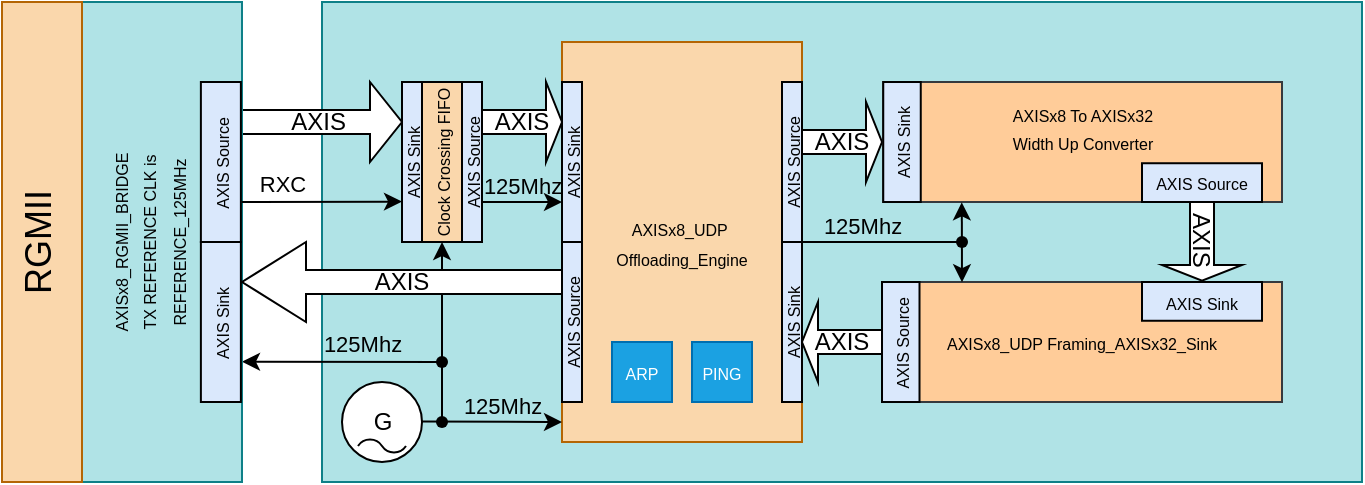
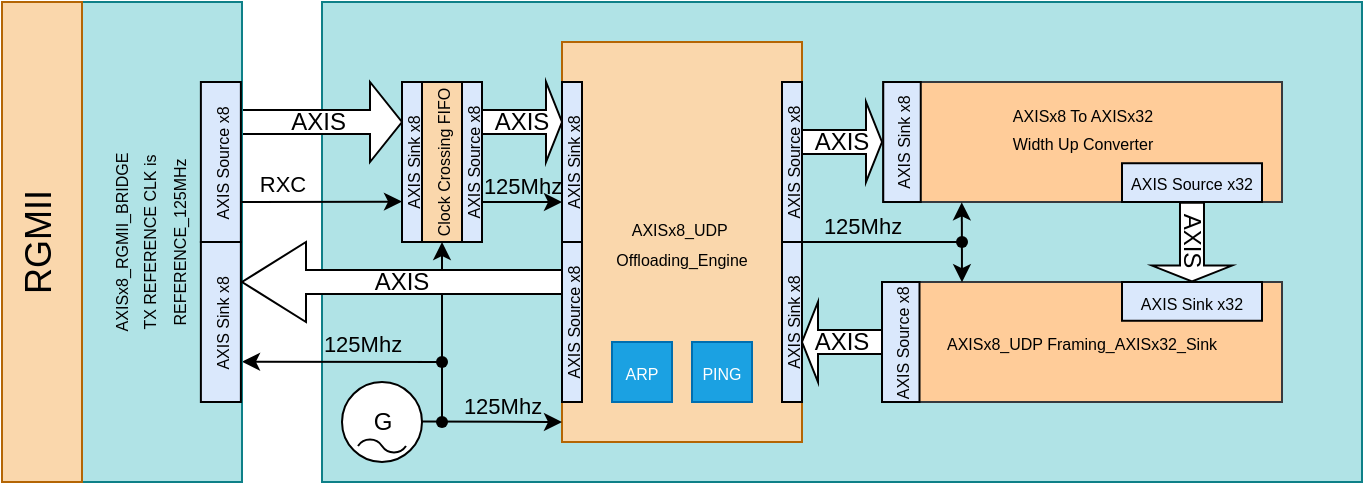
<mxfile host="Electron" agent="Mozilla/5.0 (Windows NT 10.0; Win64; x64) AppleWebKit/537.36 (KHTML, like Gecko) Chrome/147.0.0.0 Safari/537.36 OPR/131.0.0.0">
  <diagram name="Page-1" id="g0-s9DwC3oRhXUgsUFM5">
-     <mxGraphModel dx="978" dy="572" grid="1" gridSize="10" guides="1" tooltips="1" connect="1" arrows="1" fold="1" page="1" pageScale="1" pageWidth="827" pageHeight="1169" math="0" shadow="0">
+     <mxGraphModel dx="955" dy="559" grid="1" gridSize="10" guides="1" tooltips="1" connect="1" arrows="1" fold="1" page="1" pageScale="1" pageWidth="827" pageHeight="1169" math="0" shadow="0">
      <root>
        <mxCell id="0" />
        <mxCell id="1" parent="0" />
        <mxCell id="wT9U8shtDK8veMdne7O4-1" parent="1" style="rounded=0;whiteSpace=wrap;html=1;fillColor=#b0e3e6;strokeColor=#0e8088;" value="" vertex="1">
          <mxGeometry height="240" width="520" x="240" y="880" as="geometry" />
        </mxCell>
        <mxCell id="l-Vy5mzzBIYiazb95XEs-39" parent="1" style="shape=singleArrow;whiteSpace=wrap;html=1;" value="AXIS&amp;nbsp;" vertex="1">
          <mxGeometry height="40" width="80" x="200" y="920" as="geometry" />
        </mxCell>
        <mxCell id="l-Vy5mzzBIYiazb95XEs-41" edge="1" parent="1" style="endArrow=classic;html=1;rounded=0;labelPosition=center;verticalLabelPosition=middle;align=center;verticalAlign=middle;" value="">
          <mxGeometry height="50" relative="1" width="50" as="geometry">
            <mxPoint x="300" y="1060" as="sourcePoint" />
            <mxPoint x="200" y="1059.85" as="targetPoint" />
          </mxGeometry>
        </mxCell>
        <mxCell id="l-Vy5mzzBIYiazb95XEs-42" parent="1" style="rounded=0;whiteSpace=wrap;html=1;fillColor=#b0e3e6;strokeColor=#0e8088;rotation=-90;" value="&lt;span style=&quot;font-size: 8px;&quot;&gt;AXISx8_RGMII_BRIDGE&lt;/span&gt;&lt;div&gt;&lt;span style=&quot;font-size: 8px;&quot;&gt;TX REFERENCE CLK is&lt;/span&gt;&lt;/div&gt;&lt;div&gt;&lt;span style=&quot;background-color: transparent; font-size: 8px;&quot;&gt;REFERENCE_125MHz&lt;/span&gt;&lt;/div&gt;&lt;div&gt;&lt;span style=&quot;background-color: transparent; font-size: 8px;&quot;&gt;&lt;br&gt;&lt;/span&gt;&lt;/div&gt;" vertex="1">
          <mxGeometry height="80" width="240" x="40" y="960" as="geometry" />
        </mxCell>
        <mxCell id="l-Vy5mzzBIYiazb95XEs-43" parent="1" style="rounded=0;whiteSpace=wrap;html=1;fillColor=#fad7ac;strokeColor=#b46504;" value="&lt;span style=&quot;font-size: 8px;&quot;&gt;AXISx8_UDP&amp;nbsp;&lt;/span&gt;&lt;div&gt;&lt;span style=&quot;font-size: 8px;&quot;&gt;Offloading_Engine&lt;/span&gt;&lt;/div&gt;" vertex="1">
          <mxGeometry height="200" width="120" x="360" y="900" as="geometry" />
        </mxCell>
        <mxCell id="l-Vy5mzzBIYiazb95XEs-44" parent="1" style="rounded=0;whiteSpace=wrap;html=1;fillColor=#ffcc99;strokeColor=#36393d;" value="&lt;span style=&quot;font-size: 8px;&quot;&gt;AXISx8_UDP Framing_AXISx32_Sink&lt;/span&gt;" vertex="1">
          <mxGeometry height="60" width="200" x="520" y="1020" as="geometry" />
        </mxCell>
        <mxCell id="l-Vy5mzzBIYiazb95XEs-45" parent="1" style="shape=singleArrow;whiteSpace=wrap;html=1;" value="AXIS" vertex="1">
          <mxGeometry height="40" width="40" x="480" y="930" as="geometry" />
        </mxCell>
        <mxCell id="l-Vy5mzzBIYiazb95XEs-46" parent="1" style="shape=singleArrow;direction=west;whiteSpace=wrap;html=1;" value="AXIS" vertex="1">
          <mxGeometry height="40" width="40" x="480" y="1030" as="geometry" />
        </mxCell>
        <mxCell id="l-Vy5mzzBIYiazb95XEs-51" parent="1" style="rounded=0;whiteSpace=wrap;html=1;textDirection=vertical-rl;rotation=-180;fillColor=#fad7ac;strokeColor=#b46504;fontSize=18;" value="RGMII" vertex="1">
          <mxGeometry height="240" width="40" x="80" y="880" as="geometry" />
        </mxCell>
        <mxCell id="l-Vy5mzzBIYiazb95XEs-52" edge="1" parent="1" style="endArrow=classic;html=1;rounded=0;exitX=1;exitY=0.4;exitDx=0;exitDy=0;exitPerimeter=0;labelPosition=center;verticalLabelPosition=top;align=center;verticalAlign=bottom;" value="">
          <mxGeometry height="50" relative="1" width="50" as="geometry">
            <Array as="points" />
            <mxPoint x="200" y="979.97" as="sourcePoint" />
            <mxPoint x="280" y="979.8" as="targetPoint" />
          </mxGeometry>
        </mxCell>
        <mxCell id="l-Vy5mzzBIYiazb95XEs-53" connectable="0" parent="l-Vy5mzzBIYiazb95XEs-52" style="edgeLabel;html=1;align=center;verticalAlign=bottom;resizable=0;points=[];labelBackgroundColor=none;labelBorderColor=none;labelPosition=center;verticalLabelPosition=top;" value="RXC" vertex="1">
          <mxGeometry relative="1" x="-0.695" y="-1" as="geometry">
            <mxPoint x="8" y="-1" as="offset" />
          </mxGeometry>
        </mxCell>
        <mxCell id="l-Vy5mzzBIYiazb95XEs-54" parent="1" style="rounded=0;whiteSpace=wrap;html=1;fillColor=#fad7ac;strokeColor=#000000;rotation=-90;" value="&lt;span style=&quot;font-size: 8px;&quot;&gt;Clock Crossing &lt;/span&gt;&lt;span style=&quot;color: light-dark(rgb(0, 0, 0), rgb(255, 255, 255)); background-color: transparent; font-size: 8px;&quot;&gt;FIFO&lt;/span&gt;" vertex="1">
          <mxGeometry height="20" width="80" x="260" y="950" as="geometry" />
        </mxCell>
-         <mxCell id="l-Vy5mzzBIYiazb95XEs-55" parent="1" style="rounded=0;whiteSpace=wrap;html=1;fillColor=#dae8fc;strokeColor=#000000;rotation=-90;" value="&lt;span style=&quot;font-size: 8px;&quot;&gt;AXIS Sink&lt;/span&gt;" vertex="1">
+         <mxCell id="l-Vy5mzzBIYiazb95XEs-55" parent="1" style="rounded=0;whiteSpace=wrap;html=1;fillColor=#dae8fc;strokeColor=#000000;rotation=-90;" value="&lt;span style=&quot;font-size: 8px;&quot;&gt;AXIS Sink&amp;nbsp;&lt;/span&gt;&lt;span style=&quot;font-size: 8px;&quot;&gt;x8&lt;/span&gt;" vertex="1">
          <mxGeometry height="10" width="80" x="245" y="955" as="geometry" />
        </mxCell>
-         <mxCell id="l-Vy5mzzBIYiazb95XEs-56" parent="1" style="rounded=0;whiteSpace=wrap;html=1;fillColor=#dae8fc;strokeColor=#000000;rotation=-90;" value="&lt;span style=&quot;font-size: 8px;&quot;&gt;AXIS Source&lt;/span&gt;" vertex="1">
+         <mxCell id="l-Vy5mzzBIYiazb95XEs-56" parent="1" style="rounded=0;whiteSpace=wrap;html=1;fillColor=#dae8fc;strokeColor=#000000;rotation=-90;" value="&lt;span style=&quot;font-size: 8px;&quot;&gt;AXIS Source x8&lt;/span&gt;" vertex="1">
          <mxGeometry height="10" width="80" x="275" y="955" as="geometry" />
        </mxCell>
        <mxCell id="l-Vy5mzzBIYiazb95XEs-57" parent="1" style="shape=singleArrow;whiteSpace=wrap;html=1;" value="AXIS" vertex="1">
          <mxGeometry height="40" width="40" x="320" y="920" as="geometry" />
        </mxCell>
        <mxCell id="l-Vy5mzzBIYiazb95XEs-58" edge="1" parent="1" style="endArrow=classic;html=1;rounded=0;exitX=1;exitY=0.4;exitDx=0;exitDy=0;exitPerimeter=0;labelPosition=center;verticalLabelPosition=top;align=center;verticalAlign=bottom;" value="">
          <mxGeometry height="50" relative="1" width="50" as="geometry">
            <Array as="points" />
            <mxPoint x="320" y="979.97" as="sourcePoint" />
            <mxPoint x="360" y="980" as="targetPoint" />
          </mxGeometry>
        </mxCell>
        <mxCell id="l-Vy5mzzBIYiazb95XEs-59" connectable="0" parent="1" style="edgeLabel;html=1;align=center;verticalAlign=bottom;resizable=0;points=[];labelBackgroundColor=none;labelBorderColor=none;labelPosition=center;verticalLabelPosition=top;fillColor=none;" value="&lt;span&gt;125Mhz&lt;/span&gt;" vertex="1">
          <mxGeometry x="340" y="980" as="geometry" />
        </mxCell>
        <mxCell id="l-Vy5mzzBIYiazb95XEs-60" connectable="0" parent="1" style="edgeLabel;html=1;align=center;verticalAlign=bottom;resizable=0;points=[];labelBackgroundColor=none;labelBorderColor=none;labelPosition=center;verticalLabelPosition=top;fillColor=none;" value="&lt;span&gt;125Mhz&lt;/span&gt;" vertex="1">
          <mxGeometry x="260" y="1059.85" as="geometry" />
        </mxCell>
        <mxCell id="l-Vy5mzzBIYiazb95XEs-61" parent="1" style="dashed=0;outlineConnect=0;align=center;html=1;shape=mxgraph.pid.engines.generator_(ac);fontSize=12;" value="G" vertex="1">
          <mxGeometry height="40" width="40" x="250" y="1070" as="geometry" />
        </mxCell>
-         <mxCell id="l-Vy5mzzBIYiazb95XEs-62" parent="1" style="rounded=0;whiteSpace=wrap;html=1;fillColor=#dae8fc;strokeColor=#000000;rotation=-90;" value="&lt;span style=&quot;font-size: 8px;&quot;&gt;AXIS Sink&lt;/span&gt;" vertex="1">
+         <mxCell id="l-Vy5mzzBIYiazb95XEs-62" parent="1" style="rounded=0;whiteSpace=wrap;html=1;fillColor=#dae8fc;strokeColor=#000000;rotation=-90;" value="&lt;span style=&quot;font-size: 8px;&quot;&gt;AXIS Sink&amp;nbsp;&lt;/span&gt;&lt;span style=&quot;font-size: 8px;&quot;&gt;x8&lt;/span&gt;" vertex="1">
          <mxGeometry height="20" width="80" x="149.44" y="1030" as="geometry" />
        </mxCell>
-         <mxCell id="l-Vy5mzzBIYiazb95XEs-63" parent="1" style="rounded=0;whiteSpace=wrap;html=1;fillColor=#dae8fc;strokeColor=#000000;rotation=-90;" value="&lt;span style=&quot;font-size: 8px;&quot;&gt;AXIS Source&lt;/span&gt;" vertex="1">
+         <mxCell id="l-Vy5mzzBIYiazb95XEs-63" parent="1" style="rounded=0;whiteSpace=wrap;html=1;fillColor=#dae8fc;strokeColor=#000000;rotation=-90;" value="&lt;span style=&quot;font-size: 8px;&quot;&gt;AXIS Source x8&lt;/span&gt;" vertex="1">
          <mxGeometry height="20" width="80" x="149.44" y="950" as="geometry" />
        </mxCell>
-         <mxCell id="l-Vy5mzzBIYiazb95XEs-64" parent="1" style="rounded=0;whiteSpace=wrap;html=1;fillColor=#dae8fc;strokeColor=#000000;rotation=-90;" value="&lt;span style=&quot;font-size: 8px;&quot;&gt;AXIS Sink&lt;/span&gt;" vertex="1">
+         <mxCell id="l-Vy5mzzBIYiazb95XEs-64" parent="1" style="rounded=0;whiteSpace=wrap;html=1;fillColor=#dae8fc;strokeColor=#000000;rotation=-90;" value="&lt;span style=&quot;font-size: 8px;&quot;&gt;AXIS Sink&amp;nbsp;&lt;/span&gt;&lt;span style=&quot;font-size: 8px;&quot;&gt;x8&lt;/span&gt;" vertex="1">
          <mxGeometry height="10" width="80" x="325" y="955" as="geometry" />
        </mxCell>
-         <mxCell id="l-Vy5mzzBIYiazb95XEs-65" parent="1" style="rounded=0;whiteSpace=wrap;html=1;fillColor=#dae8fc;strokeColor=#000000;rotation=-90;" value="&lt;span style=&quot;font-size: 8px;&quot;&gt;AXIS Source&lt;/span&gt;" vertex="1">
+         <mxCell id="l-Vy5mzzBIYiazb95XEs-65" parent="1" style="rounded=0;whiteSpace=wrap;html=1;fillColor=#dae8fc;strokeColor=#000000;rotation=-90;" value="&lt;span style=&quot;font-size: 8px;&quot;&gt;AXIS Source&amp;nbsp;&lt;/span&gt;&lt;span style=&quot;font-size: 8px;&quot;&gt;x8&lt;/span&gt;" vertex="1">
          <mxGeometry height="10" width="80" x="325" y="1035" as="geometry" />
        </mxCell>
-         <mxCell id="l-Vy5mzzBIYiazb95XEs-66" parent="1" style="rounded=0;whiteSpace=wrap;html=1;fillColor=#dae8fc;strokeColor=#000000;rotation=-90;" value="&lt;span style=&quot;font-size: 8px;&quot;&gt;AXIS Source&lt;/span&gt;" vertex="1">
+         <mxCell id="l-Vy5mzzBIYiazb95XEs-66" parent="1" style="rounded=0;whiteSpace=wrap;html=1;fillColor=#dae8fc;strokeColor=#000000;rotation=-90;" value="&lt;span style=&quot;font-size: 8px;&quot;&gt;AXIS Source&amp;nbsp;&lt;/span&gt;&lt;span style=&quot;font-size: 8px;&quot;&gt;x8&lt;/span&gt;" vertex="1">
          <mxGeometry height="10" width="80" x="435" y="955" as="geometry" />
        </mxCell>
-         <mxCell id="l-Vy5mzzBIYiazb95XEs-67" parent="1" style="rounded=0;whiteSpace=wrap;html=1;fillColor=#dae8fc;strokeColor=#000000;rotation=-90;" value="&lt;span style=&quot;font-size: 8px;&quot;&gt;AXIS Sink&lt;/span&gt;" vertex="1">
+         <mxCell id="l-Vy5mzzBIYiazb95XEs-67" parent="1" style="rounded=0;whiteSpace=wrap;html=1;fillColor=#dae8fc;strokeColor=#000000;rotation=-90;" value="&lt;span style=&quot;font-size: 8px;&quot;&gt;AXIS Sink&amp;nbsp;&lt;/span&gt;&lt;span style=&quot;font-size: 8px;&quot;&gt;x8&lt;/span&gt;" vertex="1">
          <mxGeometry height="10" width="80" x="435" y="1035" as="geometry" />
        </mxCell>
        <mxCell id="l-Vy5mzzBIYiazb95XEs-68" connectable="0" parent="1" style="edgeLabel;html=1;align=center;verticalAlign=bottom;resizable=0;points=[];labelBackgroundColor=none;labelBorderColor=none;labelPosition=center;verticalLabelPosition=top;fillColor=none;" value="&lt;span&gt;125Mhz&lt;/span&gt;" vertex="1">
          <mxGeometry x="510" y="1000" as="geometry" />
        </mxCell>
        <mxCell id="l-Vy5mzzBIYiazb95XEs-69" edge="1" parent="1" style="endArrow=classic;html=1;rounded=0;exitX=1;exitY=0.4;exitDx=0;exitDy=0;exitPerimeter=0;" value="">
          <mxGeometry height="50" relative="1" width="50" as="geometry">
            <Array as="points" />
            <mxPoint x="290" y="1089.8" as="sourcePoint" />
            <mxPoint x="360" y="1090" as="targetPoint" />
          </mxGeometry>
        </mxCell>
        <mxCell id="l-Vy5mzzBIYiazb95XEs-70" connectable="0" parent="1" style="edgeLabel;html=1;align=center;verticalAlign=bottom;resizable=0;points=[];labelBackgroundColor=none;labelBorderColor=none;labelPosition=center;verticalLabelPosition=top;fillColor=none;" value="&lt;span&gt;125Mhz&lt;/span&gt;" vertex="1">
          <mxGeometry x="330" y="1090" as="geometry" />
        </mxCell>
        <mxCell id="l-Vy5mzzBIYiazb95XEs-71" edge="1" parent="1" source="l-Vy5mzzBIYiazb95XEs-76" style="endArrow=none;html=1;rounded=0;" value="">
          <mxGeometry height="50" relative="1" width="50" as="geometry">
            <mxPoint x="300" y="1090" as="sourcePoint" />
            <mxPoint x="300" y="1060" as="targetPoint" />
          </mxGeometry>
        </mxCell>
        <mxCell id="l-Vy5mzzBIYiazb95XEs-72" edge="1" parent="1" style="endArrow=none;html=1;rounded=0;" target="l-Vy5mzzBIYiazb95XEs-73" value="">
          <mxGeometry height="50" relative="1" width="50" as="geometry">
            <mxPoint x="300" y="1090" as="sourcePoint" />
            <mxPoint x="300" y="1060" as="targetPoint" />
          </mxGeometry>
        </mxCell>
        <mxCell id="l-Vy5mzzBIYiazb95XEs-73" parent="1" style="shape=waypoint;sketch=0;fillStyle=solid;size=6;pointerEvents=1;points=[];fillColor=none;resizable=0;rotatable=0;perimeter=centerPerimeter;snapToPoint=1;" value="" vertex="1">
          <mxGeometry height="20" width="20" x="290" y="1080" as="geometry" />
        </mxCell>
        <mxCell id="l-Vy5mzzBIYiazb95XEs-74" edge="1" parent="1" style="endArrow=classic;html=1;rounded=0;entryX=0;entryY=0.5;entryDx=0;entryDy=0;" target="l-Vy5mzzBIYiazb95XEs-54" value="">
          <mxGeometry height="50" relative="1" width="50" as="geometry">
            <Array as="points" />
            <mxPoint x="300" y="1060" as="sourcePoint" />
            <mxPoint x="380" y="1060.05" as="targetPoint" />
          </mxGeometry>
        </mxCell>
        <mxCell id="l-Vy5mzzBIYiazb95XEs-75" edge="1" parent="1" source="l-Vy5mzzBIYiazb95XEs-73" style="endArrow=none;html=1;rounded=0;" target="l-Vy5mzzBIYiazb95XEs-76" value="">
          <mxGeometry height="50" relative="1" width="50" as="geometry">
            <mxPoint x="300" y="1090" as="sourcePoint" />
            <mxPoint x="300" y="1060" as="targetPoint" />
          </mxGeometry>
        </mxCell>
        <mxCell id="l-Vy5mzzBIYiazb95XEs-76" parent="1" style="shape=waypoint;sketch=0;fillStyle=solid;size=6;pointerEvents=1;points=[];fillColor=none;resizable=0;rotatable=0;perimeter=centerPerimeter;snapToPoint=1;" value="" vertex="1">
          <mxGeometry height="20" width="20" x="290" y="1050" as="geometry" />
        </mxCell>
        <mxCell id="l-Vy5mzzBIYiazb95XEs-77" parent="1" style="shape=singleArrow;direction=west;whiteSpace=wrap;html=1;" value="AXIS" vertex="1">
          <mxGeometry height="40" width="160" x="200" y="1000" as="geometry" />
        </mxCell>
-         <mxCell id="l-Vy5mzzBIYiazb95XEs-78" parent="1" style="rounded=0;whiteSpace=wrap;html=1;fillColor=#dae8fc;strokeColor=#000000;rotation=-90;" value="&lt;span style=&quot;font-size: 8px;&quot;&gt;AXIS Source&lt;/span&gt;" vertex="1">
+         <mxCell id="l-Vy5mzzBIYiazb95XEs-78" parent="1" style="rounded=0;whiteSpace=wrap;html=1;fillColor=#dae8fc;strokeColor=#000000;rotation=-90;fontSize=12;" value="&lt;font style=&quot;font-size: 8px;&quot;&gt;AXIS Source x8&lt;/font&gt;" vertex="1">
          <mxGeometry height="18.75" width="60" x="499.38" y="1040.63" as="geometry" />
        </mxCell>
        <mxCell id="wT9U8shtDK8veMdne7O4-3" parent="1" style="rounded=0;whiteSpace=wrap;html=1;fillColor=#ffcc99;strokeColor=#36393d;" value="&lt;span style=&quot;font-size: 8px;&quot;&gt;AXISx8 To AXISx32&lt;/span&gt;&lt;div&gt;&lt;span style=&quot;font-size: 8px;&quot;&gt;&amp;nbsp;Width Up Converter&amp;nbsp;&lt;/span&gt;&lt;/div&gt;&lt;div&gt;&lt;span style=&quot;font-size: 8px;&quot;&gt;&lt;br&gt;&lt;/span&gt;&lt;/div&gt;" vertex="1">
          <mxGeometry height="60" width="199.38" x="520.62" y="920" as="geometry" />
        </mxCell>
-         <mxCell id="wT9U8shtDK8veMdne7O4-4" parent="1" style="rounded=0;whiteSpace=wrap;html=1;fillColor=#dae8fc;strokeColor=#000000;rotation=-90;" value="&lt;span style=&quot;font-size: 8px;&quot;&gt;AXIS Sink&lt;/span&gt;" vertex="1">
+         <mxCell id="wT9U8shtDK8veMdne7O4-4" parent="1" style="rounded=0;whiteSpace=wrap;html=1;fillColor=#dae8fc;strokeColor=#000000;rotation=-90;" value="&lt;span style=&quot;font-size: 8px;&quot;&gt;AXIS Sink&amp;nbsp;&lt;/span&gt;&lt;span style=&quot;font-size: 8px;&quot;&gt;x8&lt;/span&gt;" vertex="1">
          <mxGeometry height="18.75" width="60" x="500" y="940.6300000000001" as="geometry" />
        </mxCell>
-         <mxCell id="wT9U8shtDK8veMdne7O4-5" parent="1" style="rounded=0;whiteSpace=wrap;html=1;fillColor=#dae8fc;strokeColor=#000000;rotation=0;" value="&lt;span style=&quot;font-size: 8px;&quot;&gt;AXIS Source&lt;/span&gt;" vertex="1">
-           <mxGeometry height="19.38" width="60" x="650" y="960.6199999999999" as="geometry" />
+         <mxCell id="wT9U8shtDK8veMdne7O4-5" parent="1" style="rounded=0;whiteSpace=wrap;html=1;fillColor=#dae8fc;strokeColor=#000000;rotation=0;" value="&lt;span style=&quot;font-size: 8px;&quot;&gt;AXIS Source&amp;nbsp;&lt;/span&gt;&lt;span style=&quot;font-size: 8px;&quot;&gt;x32&lt;/span&gt;" vertex="1">
+           <mxGeometry height="19.38" width="70" x="640" y="960.62" as="geometry" />
        </mxCell>
-         <mxCell id="wT9U8shtDK8veMdne7O4-9" parent="1" style="rounded=0;whiteSpace=wrap;html=1;fillColor=#dae8fc;strokeColor=#000000;rotation=0;" value="&lt;span style=&quot;font-size: 8px;&quot;&gt;AXIS Sink&lt;/span&gt;" vertex="1">
-           <mxGeometry height="19.38" width="60" x="650" y="1020" as="geometry" />
+         <mxCell id="wT9U8shtDK8veMdne7O4-9" parent="1" style="rounded=0;whiteSpace=wrap;html=1;fillColor=#dae8fc;strokeColor=#000000;rotation=0;" value="&lt;span style=&quot;font-size: 8px;&quot;&gt;AXIS Sink&amp;nbsp;&lt;/span&gt;&lt;span style=&quot;font-size: 8px;&quot;&gt;x32&lt;/span&gt;" vertex="1">
+           <mxGeometry height="19.38" width="70" x="640" y="1020" as="geometry" />
        </mxCell>
        <mxCell id="wT9U8shtDK8veMdne7O4-14" edge="1" parent="1" style="endArrow=none;html=1;rounded=0;" value="">
          <mxGeometry height="50" relative="1" width="50" as="geometry">
            <mxPoint x="480" y="1000" as="sourcePoint" />
            <mxPoint x="560" y="1000" as="targetPoint" />
          </mxGeometry>
        </mxCell>
        <mxCell id="wT9U8shtDK8veMdne7O4-15" parent="1" style="shape=singleArrow;whiteSpace=wrap;html=1;rotation=90;" value="AXIS" vertex="1">
-           <mxGeometry height="40" width="39.37" x="660.32" y="979.68" as="geometry" />
+           <mxGeometry height="40" width="39.37" x="655.3100000000001" y="980" as="geometry" />
        </mxCell>
        <mxCell id="wT9U8shtDK8veMdne7O4-16" edge="1" parent="1" source="wT9U8shtDK8veMdne7O4-3" style="endArrow=classic;html=1;rounded=0;exitX=0.197;exitY=1.003;exitDx=0;exitDy=0;exitPerimeter=0;entryX=0.2;entryY=0.002;entryDx=0;entryDy=0;entryPerimeter=0;endFill=1;startArrow=classic;startFill=1;" target="l-Vy5mzzBIYiazb95XEs-44" value="">
          <mxGeometry height="50" relative="1" width="50" as="geometry">
            <mxPoint x="560" y="989.68" as="sourcePoint" />
            <mxPoint x="560" y="1009.68" as="targetPoint" />
          </mxGeometry>
        </mxCell>
        <mxCell id="wT9U8shtDK8veMdne7O4-20" parent="1" style="shape=waypoint;sketch=0;fillStyle=solid;size=6;pointerEvents=1;points=[];fillColor=none;resizable=0;rotatable=0;perimeter=centerPerimeter;snapToPoint=1;" value="" vertex="1">
          <mxGeometry height="20" width="20" x="550" y="990" as="geometry" />
        </mxCell>
        <mxCell id="v1DrpxyldP5X3QPbAQ5r-1" parent="1" style="rounded=0;whiteSpace=wrap;html=1;fillColor=#1ba1e2;strokeColor=#006EAF;rotation=0;fontColor=#ffffff;" value="&lt;span style=&quot;font-size: 8px;&quot;&gt;PING&lt;/span&gt;" vertex="1">
          <mxGeometry height="30" width="30" x="425" y="1050" as="geometry" />
        </mxCell>
        <mxCell id="v1DrpxyldP5X3QPbAQ5r-2" parent="1" style="rounded=0;whiteSpace=wrap;html=1;fillColor=#1ba1e2;strokeColor=#006EAF;rotation=0;fontColor=#ffffff;" value="&lt;span style=&quot;font-size: 8px;&quot;&gt;ARP&lt;/span&gt;" vertex="1">
          <mxGeometry height="30" width="30" x="385" y="1050" as="geometry" />
        </mxCell>
      </root>
    </mxGraphModel>
  </diagram>
</mxfile>
